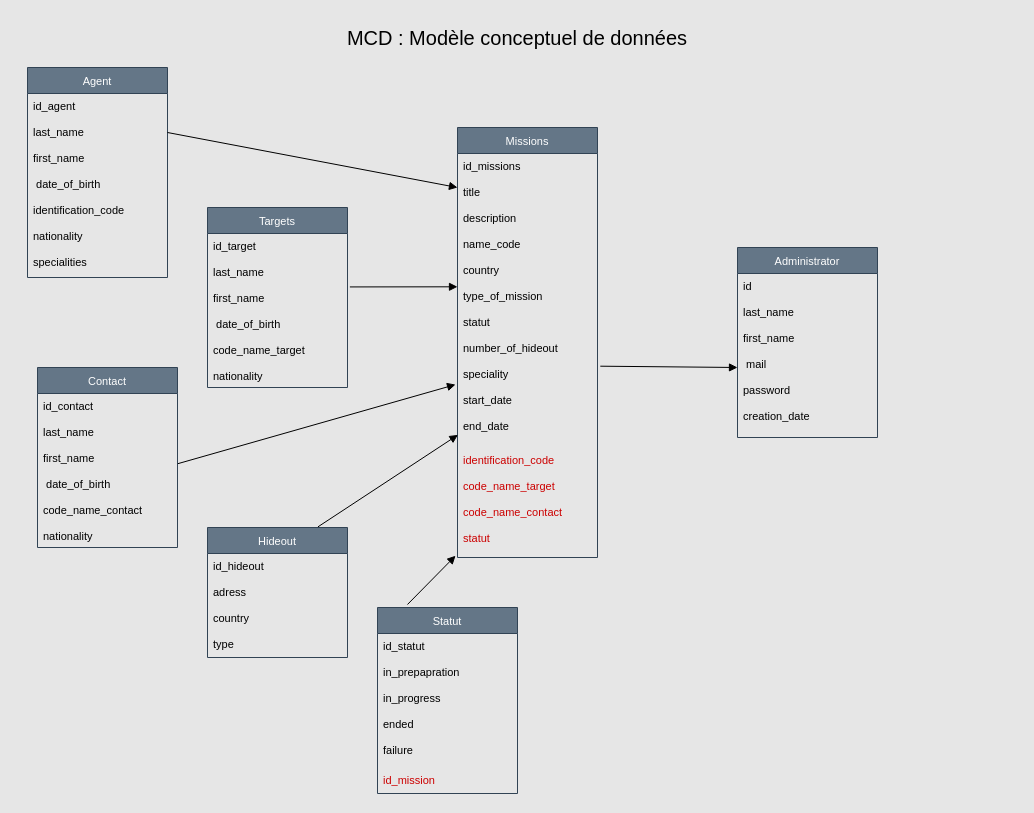
The draw.io diagram Diagrammes/MLD.drawio in Neeruam244/kgb, before the edit. Source tidied: cells renumbered, new cells numbered last; positions are measured from the earlier drawing's top-left corner, leaving out a move shared by most shapes. Both pictures are drawn from the tidied source at 100%, with x=0, y=0 at pixel (17, 17).
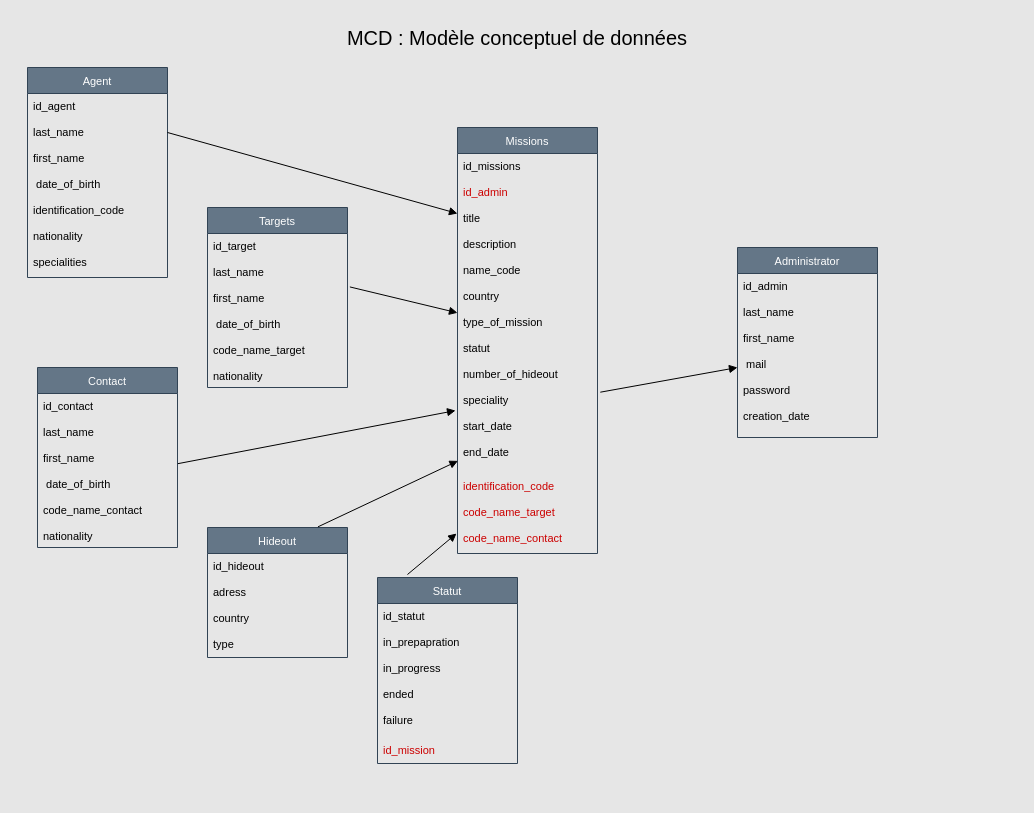
Above is the later version.

Unchanged cells that the change refers to:
```xml
<mxCell id="24" value="Administrator" style="swimlane;fontStyle=0;horizontal=1;startSize=26;fillColor=#647687;fontSize=11;fontColor=#ffffff;strokeColor=#314354;" parent="1" vertex="1">
  <mxGeometry x="720" y="230" width="140" height="190" as="geometry" />
</mxCell>
```

Change to the diagram source:
```diff
@@
     <mxCell id="19" value="Missions" style="swimlane;fontStyle=0;horizontal=1;startSize=26;fillColor=#647687;fontSize=11;fontColor=#ffffff;strokeColor=#314354;" parent="1" vertex="1">
-      <mxGeometry x="440" y="110" width="140" height="430" as="geometry" />
+      <mxGeometry x="440" y="110" width="140" height="426" as="geometry" />
     </mxCell>
@@
+    <mxCell id="39" value="id_admin" style="text;strokeColor=none;fillColor=none;align=left;verticalAlign=top;spacingLeft=4;spacingRight=4;overflow=hidden;fontSize=11;fontColor=#CC0000;labelBackgroundColor=none;" parent="19" vertex="1">
+      <mxGeometry y="52" width="140" height="26" as="geometry" />
+    </mxCell>
     <mxCell id="21" value="title" style="text;strokeColor=none;fillColor=none;align=left;verticalAlign=top;spacingLeft=4;spacingRight=4;overflow=hidden;points=[[0,0.5],[1,0.5]];portConstraint=eastwest;fontSize=11;fontColor=#000000;" parent="19" vertex="1">
-      <mxGeometry y="52" width="140" height="26" as="geometry" />
+      <mxGeometry y="78" width="140" height="26" as="geometry" />
     </mxCell>
     <mxCell id="22" value="description&#10;&#10;name_code&#10;&#10;country&#10;&#10;type_of_mission&#10;&#10;statut&#10;&#10;number_of_hideout&#10;&#10;speciality&#10;&#10;start_date &#10;&#10;end_date&#10;&#10;&#10;&#10;" style="text;strokeColor=none;fillColor=none;align=left;verticalAlign=top;spacingLeft=4;spacingRight=4;overflow=hidden;points=[[0,0.5],[1,0.5]];portConstraint=eastwest;fontSize=11;fontColor=#000000;" parent="19" vertex="1">
-      <mxGeometry y="78" width="140" height="242" as="geometry" />
+      <mxGeometry y="104" width="140" height="242" as="geometry" />
     </mxCell>
-    <mxCell id="23" value="identification_code&#10;&#10;code_name_target&#10;&#10;code_name_contact&#10;&#10;statut" style="text;strokeColor=none;fillColor=none;align=left;verticalAlign=top;spacingLeft=4;spacingRight=4;overflow=hidden;points=[[0,0.5],[1,0.5]];portConstraint=eastwest;fontSize=11;fontColor=#CC0000;" parent="19" vertex="1">
-      <mxGeometry y="320" width="140" height="110" as="geometry" />
+    <mxCell id="23" value="identification_code&#10;&#10;code_name_target&#10;&#10;code_name_contact&#10;" style="text;strokeColor=none;fillColor=none;align=left;verticalAlign=top;spacingLeft=4;spacingRight=4;overflow=hidden;points=[[0,0.5],[1,0.5]];portConstraint=eastwest;fontSize=11;fontColor=#CC0000;" parent="19" vertex="1">
+      <mxGeometry y="346" width="140" height="80" as="geometry" />
     </mxCell>
@@
-    <mxCell id="25" value="id" style="text;strokeColor=none;fillColor=none;align=left;verticalAlign=top;spacingLeft=4;spacingRight=4;overflow=hidden;fontSize=11;fontColor=#000000;" parent="24" vertex="1">
+    <mxCell id="25" value="id_admin" style="text;strokeColor=none;fillColor=none;align=left;verticalAlign=top;spacingLeft=4;spacingRight=4;overflow=hidden;fontSize=11;fontColor=#000000;" parent="24" vertex="1">
       <mxGeometry y="26" width="140" height="26" as="geometry" />
     </mxCell>
@@
     <mxCell id="33" value="Statut" style="swimlane;fontStyle=0;horizontal=1;startSize=26;fillColor=#647687;fontSize=11;fontColor=#ffffff;strokeColor=#314354;" parent="1" vertex="1">
-      <mxGeometry x="360" y="590" width="140" height="186" as="geometry" />
+      <mxGeometry x="360" y="560" width="140" height="186" as="geometry" />
     </mxCell>
@@
-    <mxCell id="38" style="html=1;verticalAlign=bottom;labelBackgroundColor=none;endArrow=block;endFill=1;strokeColor=#000000;entryX=-0.014;entryY=0.984;entryDx=0;entryDy=0;entryPerimeter=0;exitX=0.214;exitY=-0.016;exitDx=0;exitDy=0;exitPerimeter=0;" parent="1" edge="1" source="33" target="23">
+    <mxCell id="38" style="html=1;verticalAlign=bottom;labelBackgroundColor=none;endArrow=block;endFill=1;strokeColor=#000000;entryX=-0.007;entryY=0.75;entryDx=0;entryDy=0;entryPerimeter=0;exitX=0.214;exitY=-0.016;exitDx=0;exitDy=0;exitPerimeter=0;" parent="1" edge="1" source="33" target="23">
       <mxGeometry relative="1" as="geometry" />
     </mxCell>
```
